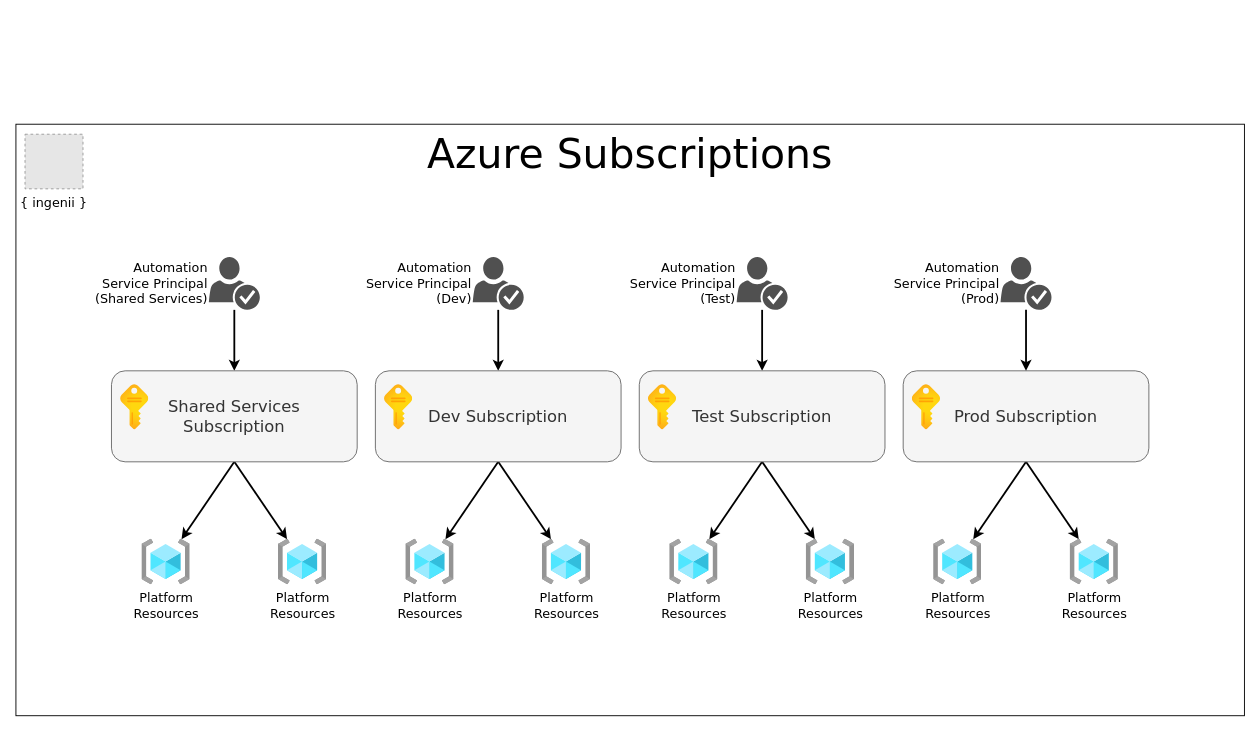
Above: docs/assets/adp-design-subscriptions.drawio in rising-star92/python-azure-data-paltform (draw.io), before the change. Source tidied: cells renumbered, new cells numbered last; positions are measured from the earlier drawing's top-left corner, leaving out a move shared by most shapes. Both pictures are drawn from the tidied source at 91%, with x=0, y=0 at pixel (15, 124). Pictures stored in the file or linked from it are replaced by grey dashed boxes.
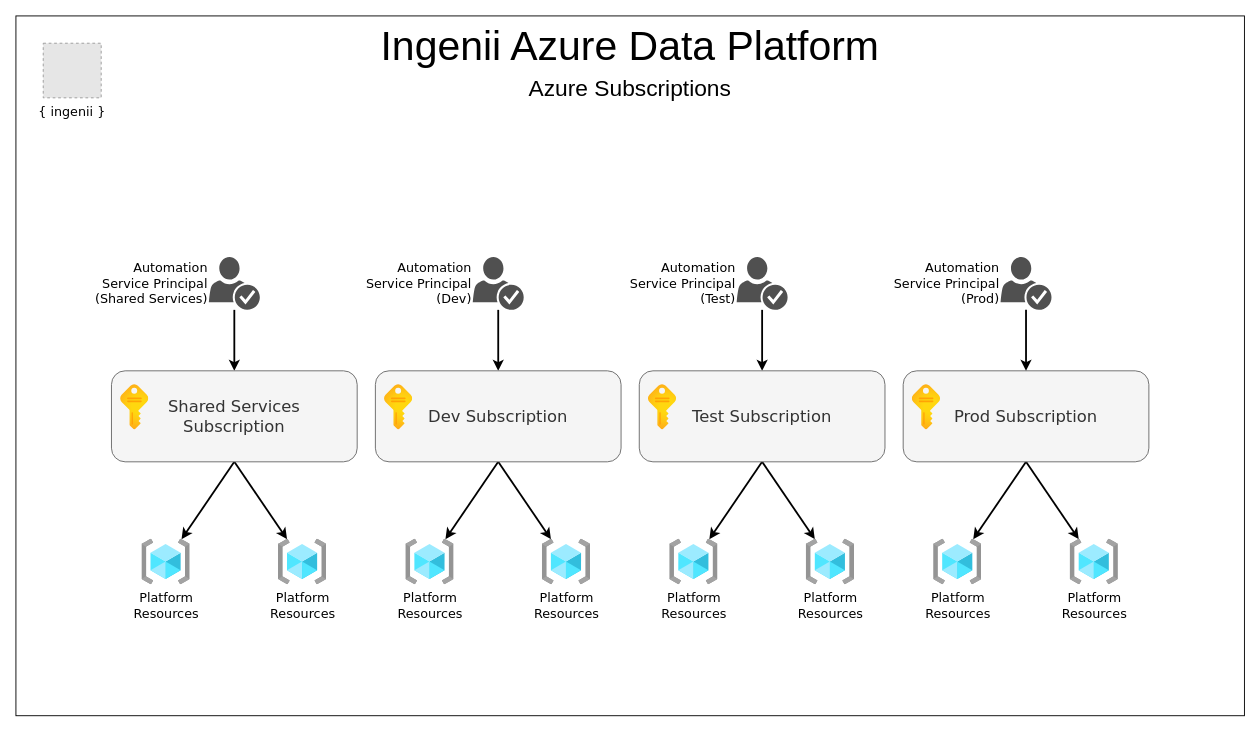
Above is the later version.

The edit, as a diff of the source:
```diff
@@
-    <mxCell id="2" value="&lt;font style=&quot;font-size: 45px&quot;&gt;Azure Subscriptions&lt;/font&gt;" style="rounded=0;whiteSpace=wrap;html=1;verticalAlign=top;fontSize=30;fontFamily=Verdana;fontStyle=0;glass=0;" parent="1" vertex="1">
-      <mxGeometry width="1350" height="650" as="geometry" />
+    <mxCell id="2" value="&lt;span style=&quot;font-size: 45px ; font-family: &amp;#34;helvetica&amp;#34;&quot;&gt;Ingenii Azure Data Platform&lt;/span&gt;&lt;br style=&quot;font-size: 45px ; font-family: &amp;#34;helvetica&amp;#34;&quot;&gt;&lt;font style=&quot;font-family: &amp;#34;helvetica&amp;#34; ; font-size: 25px&quot;&gt;Azure Subscriptions&lt;/font&gt;" style="rounded=0;whiteSpace=wrap;html=1;verticalAlign=top;fontSize=30;fontFamily=Verdana;fontStyle=0;glass=0;" parent="1" vertex="1">
+      <mxGeometry y="-119" width="1350" height="769" as="geometry" />
     </mxCell>
     <mxCell id="3" value="{ ingenii }" style="fillColor=#E6E6E6;strokeColor=#999999;dashed=1;verticalLabelPosition=bottom;verticalAlign=top;fontStyle=0;fontFamily=Verdana;labelPosition=center;align=center;fontSize=14;" parent="1" vertex="1">
-      <mxGeometry x="10" y="11" width="63.7" height="60" as="geometry" />
+      <mxGeometry x="30" y="-89" width="63.7" height="60" as="geometry" />
     </mxCell>
```
